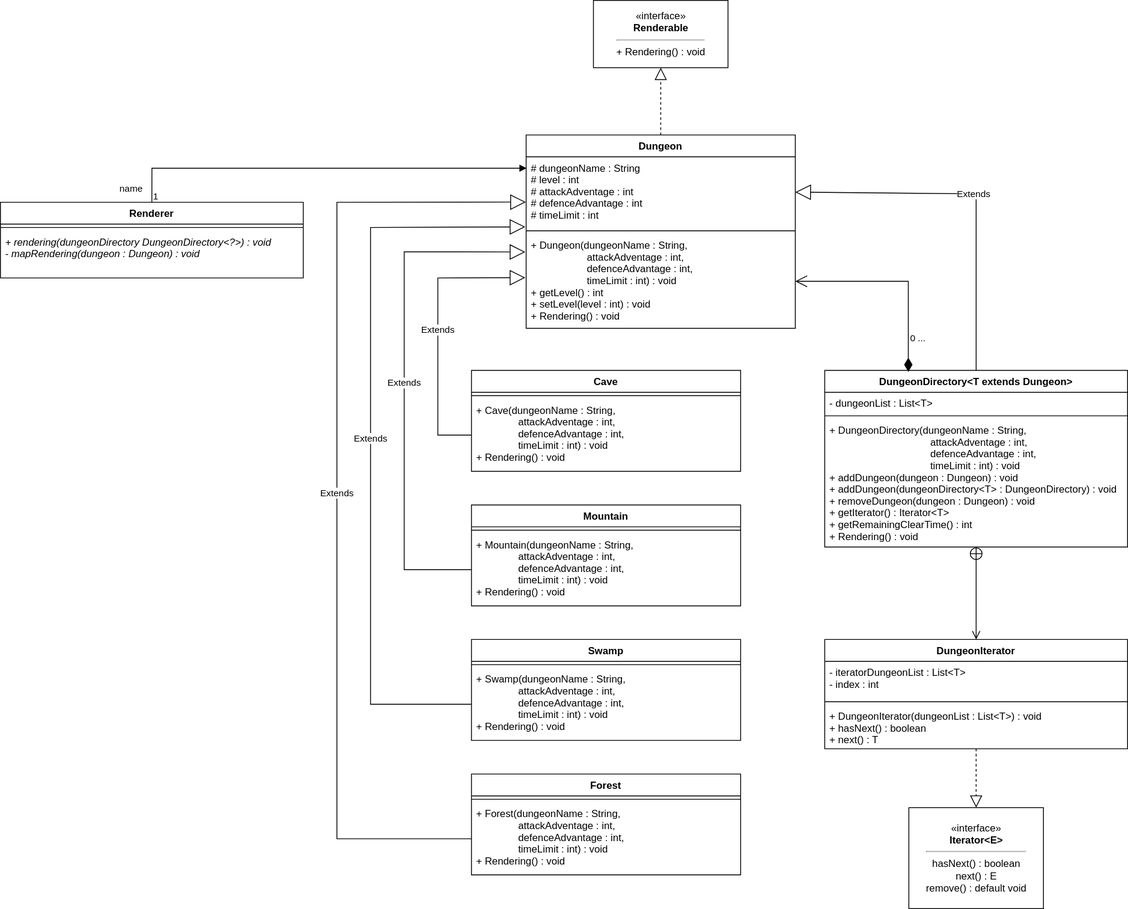
Earlier version of the draw.io export app/src/main/resources/composite_iterator/composite_iterator.drawio.svg (jongHyeon0000/DesignPattern-example). Source tidied: cells renumbered, new cells last; positions are measured from the earlier drawing's top-left corner, leaving out a move shared by most shapes.
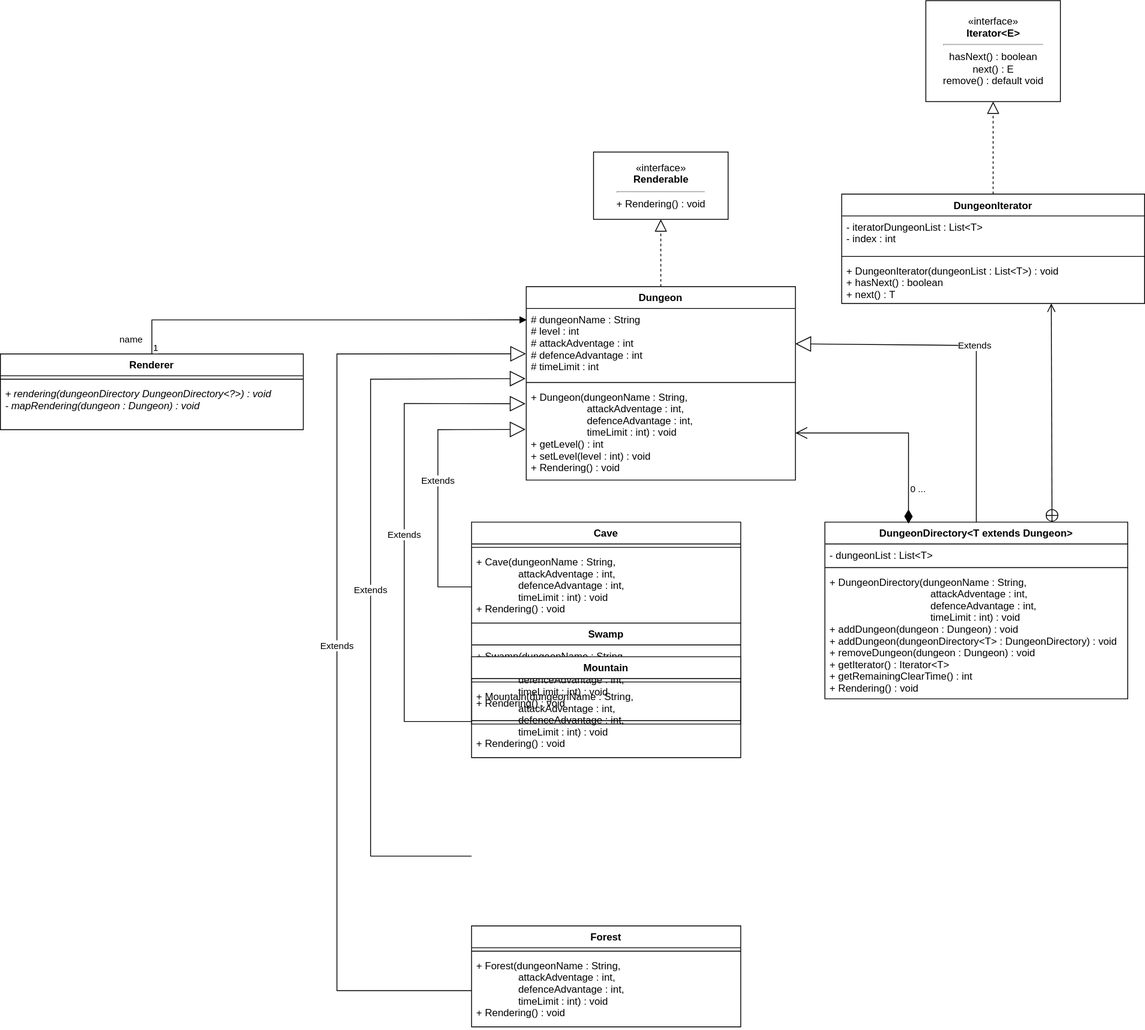
Later version of the same file.

Change to the diagram source:
```diff
@@ -39,14 +39,14 @@
       <mxGeometry y="34" width="320" height="86" as="geometry" />
     </mxCell>
     <mxCell id="14" value="Swamp" style="swimlane;fontStyle=1;align=center;verticalAlign=top;horizontal=1;startSize=26;" parent="1" vertex="1">
-      <mxGeometry x="560" y="760" width="320" height="120" as="geometry" />
+      <mxGeometry x="560" y="560" width="320" height="120" as="geometry" />
     </mxCell>
+    <mxCell id="16" value="+ Swamp(dungeonName : String,&#10;               attackAdventage : int,&#10;               defenceAdvantage : int,&#10;               timeLimit : int) : void&#10;+ Rendering() : void" style="text;strokeColor=none;fillColor=none;align=left;verticalAlign=top;spacingLeft=4;spacingRight=4;overflow=hidden;points=[[0,0.5],[1,0.5]];portConstraint=eastwest;" parent="14" vertex="1">
+      <mxGeometry y="26" width="320" height="86" as="geometry" />
+    </mxCell>
     <mxCell id="15" style="line;strokeWidth=1;fillColor=none;align=left;verticalAlign=middle;spacingTop=-1;spacingLeft=3;spacingRight=3;labelPosition=right;" parent="14" vertex="1">
-      <mxGeometry y="26" width="320" height="8" as="geometry" />
+      <mxGeometry y="112" width="320" height="8" as="geometry" />
     </mxCell>
-    <mxCell id="16" value="+ Swamp(dungeonName : String,&#10;               attackAdventage : int,&#10;               defenceAdvantage : int,&#10;               timeLimit : int) : void&#10;+ Rendering() : void" style="text;strokeColor=none;fillColor=none;align=left;verticalAlign=top;spacingLeft=4;spacingRight=4;overflow=hidden;points=[[0,0.5],[1,0.5]];portConstraint=eastwest;" parent="14" vertex="1">
-      <mxGeometry y="34" width="320" height="86" as="geometry" />
-    </mxCell>
     <mxCell id="17" value="Forest" style="swimlane;fontStyle=1;align=center;verticalAlign=top;horizontal=1;startSize=26;" parent="1" vertex="1">
       <mxGeometry x="560" y="920" width="320" height="120" as="geometry" />
     </mxCell>
@@ -89,8 +89,9 @@
         </Array>
       </mxGeometry>
     </mxCell>
-    <mxCell id="26" value="Extends" style="endArrow=block;endSize=16;endFill=0;html=1;rounded=0;entryX=-0.003;entryY=0.992;entryDx=0;entryDy=0;entryPerimeter=0;exitX=0;exitY=0.5;exitDx=0;exitDy=0;" parent="1" edge="1" source="16" target="3">
+    <mxCell id="26" value="Extends" style="endArrow=block;endSize=16;endFill=0;html=1;rounded=0;entryX=-0.003;entryY=0.992;entryDx=0;entryDy=0;entryPerimeter=0;exitX=0;exitY=0.5;exitDx=0;exitDy=0;" parent="1" edge="1" target="3">
       <mxGeometry relative="1" as="geometry">
+        <mxPoint x="560" y="837" as="sourcePoint" />
         <Array as="points">
           <mxPoint x="440" y="837" />
           <mxPoint x="440" y="270" />
@@ -111,7 +112,7 @@
       <mxGeometry x="-0.74" y="-1" relative="1" as="geometry" />
     </mxCell>
     <mxCell id="30" value="«interface»&lt;br&gt;&lt;b&gt;Iterator&amp;lt;E&amp;gt;&lt;/b&gt;&lt;br&gt;&lt;hr&gt;hasNext() : boolean&lt;br&gt;next() : E&lt;br&gt;remove() : default void" style="html=1;" parent="1" vertex="1">
-      <mxGeometry x="1080" y="960" width="160" height="120" as="geometry" />
+      <mxGeometry x="1100" y="-180" width="160" height="120" as="geometry" />
     </mxCell>
     <mxCell id="31" value="Renderer" style="swimlane;fontStyle=1;align=center;verticalAlign=top;horizontal=1;startSize=26;" parent="1" vertex="1">
       <mxGeometry y="240" width="360" height="90" as="geometry" />
@@ -122,7 +123,7 @@
     <mxCell id="33" value="+ rendering(dungeonDirectory DungeonDirectory&lt;?&gt;) : void&#10;- mapRendering(dungeon : Dungeon) : void" style="text;strokeColor=none;fillColor=none;align=left;verticalAlign=top;spacingLeft=4;spacingRight=4;overflow=hidden;fontStyle=2;" parent="31" vertex="1">
       <mxGeometry y="34" width="360" height="56" as="geometry" />
     </mxCell>
-    <mxCell id="34" style="endArrow=block;dashed=1;endFill=0;endSize=12;html=1;rounded=0;entryX=0.5;entryY=0;entryDx=0;entryDy=0;" parent="1" edge="1" source="41" target="30">
+    <mxCell id="34" style="endArrow=block;dashed=1;endFill=0;endSize=12;html=1;rounded=0;entryX=0.5;entryY=1;entryDx=0;entryDy=0;exitX=0.5;exitY=0;exitDx=0;exitDy=0;" parent="1" edge="1" source="38" target="30">
       <mxGeometry relative="1" as="geometry" />
     </mxCell>
     <mxCell id="35" value="name" style="endArrow=block;endFill=1;html=1;edgeStyle=orthogonalEdgeStyle;align=left;verticalAlign=top;rounded=0;entryX=0.002;entryY=0.161;entryDx=0;entryDy=0;entryPerimeter=0;exitX=0.5;exitY=0;exitDx=0;exitDy=0;" parent="1" edge="1" source="31" target="3">
@@ -131,11 +132,11 @@
     <mxCell id="36" value="1" style="edgeLabel;html=1;align=left;verticalAlign=bottom;" parent="35" vertex="1">
       <mxGeometry x="-1" relative="1" as="geometry" />
     </mxCell>
-    <mxCell id="37" style="endArrow=open;startArrow=circlePlus;endFill=0;startFill=0;endSize=8;html=1;rounded=0;entryX=0.5;entryY=0;entryDx=0;entryDy=0;" parent="1" edge="1" source="10" target="38">
+    <mxCell id="37" style="endArrow=open;startArrow=circlePlus;endFill=0;startFill=0;endSize=8;html=1;rounded=0;entryX=0.692;entryY=1.001;entryDx=0;entryDy=0;entryPerimeter=0;exitX=0.75;exitY=0;exitDx=0;exitDy=0;" parent="1" edge="1" source="7" target="41">
       <mxGeometry relative="1" as="geometry" />
     </mxCell>
     <mxCell id="38" value="DungeonIterator" style="swimlane;fontStyle=1;align=center;verticalAlign=top;horizontal=1;startSize=26;" parent="1" vertex="1">
-      <mxGeometry x="980" y="760" width="360" height="130" as="geometry" />
+      <mxGeometry x="1000" y="50" width="360" height="130" as="geometry" />
     </mxCell>
     <mxCell id="39" value="- iteratorDungeonList : List&lt;T&gt;&#10;- index : int" style="text;strokeColor=none;fillColor=none;align=left;verticalAlign=top;spacingLeft=4;spacingRight=4;overflow=hidden;" parent="38" vertex="1">
       <mxGeometry y="26" width="360" height="44" as="geometry" />
```
